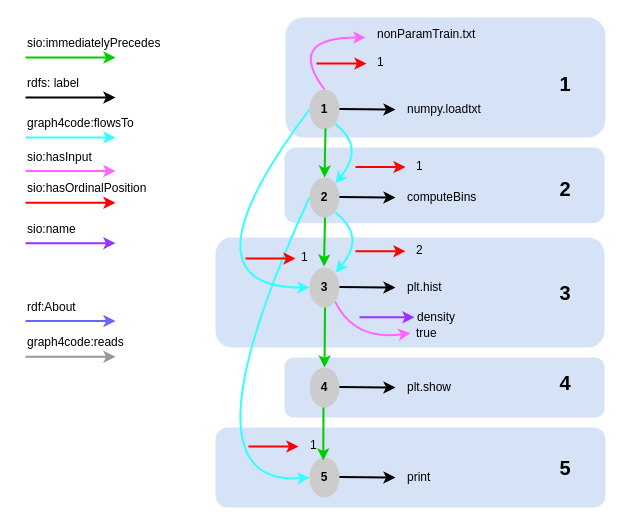
Before: graphgen-proposal/dataflow-graph.drawio in leonchemnitz/ai4ca_sandbox, a draw.io diagram. Source tidied: cells renumbered, new cells numbered last; positions are measured from the earlier drawing's top-left corner, leaving out a move shared by most shapes. Both pictures are drawn from the tidied source at 100%, with x=0, y=0 at pixel (25, 17).
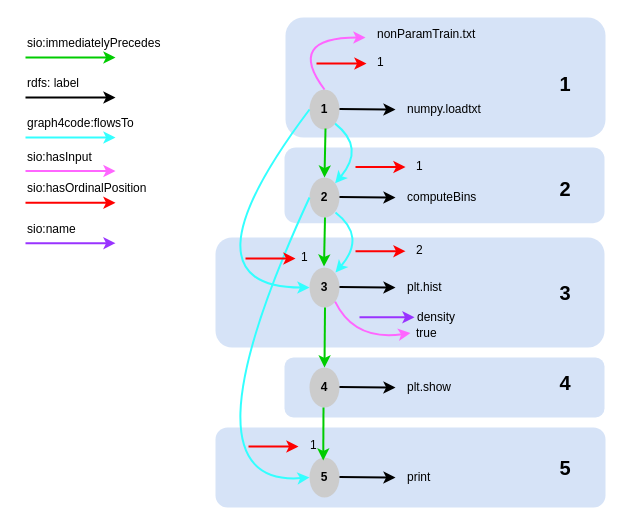
After the change.

Change to the diagram source:
```diff
@@
-    <mxCell id="13" style="endArrow=classic;html=1;rounded=0;strokeColor=#999999;strokeWidth=2;" parent="1" edge="1">
-      <mxGeometry relative="1" as="geometry">
-        <mxPoint y="339.3" as="sourcePoint" />
-        <mxPoint x="90" y="339.3" as="targetPoint" />
-      </mxGeometry>
-    </mxCell>
-    <mxCell id="14" value="graph4code:reads" style="text;html=1;strokeColor=none;fillColor=none;align=left;verticalAlign=middle;whiteSpace=wrap;rounded=0;" parent="1" vertex="1">
-      <mxGeometry y="319.3" width="100" height="12" as="geometry" />
-    </mxCell>
@@
-    <mxCell id="28" style="endArrow=classic;html=1;rounded=0;strokeColor=#6666FF;strokeWidth=2;" parent="1" edge="1">
-      <mxGeometry relative="1" as="geometry">
-        <mxPoint y="303.6" as="sourcePoint" />
-        <mxPoint x="90" y="303.6" as="targetPoint" />
-      </mxGeometry>
-    </mxCell>
-    <mxCell id="29" value="rdf:About" style="text;html=1;strokeColor=none;fillColor=none;align=left;verticalAlign=middle;whiteSpace=wrap;rounded=0;" parent="1" vertex="1">
-      <mxGeometry y="283.6" width="100" height="12" as="geometry" />
-    </mxCell>
```
